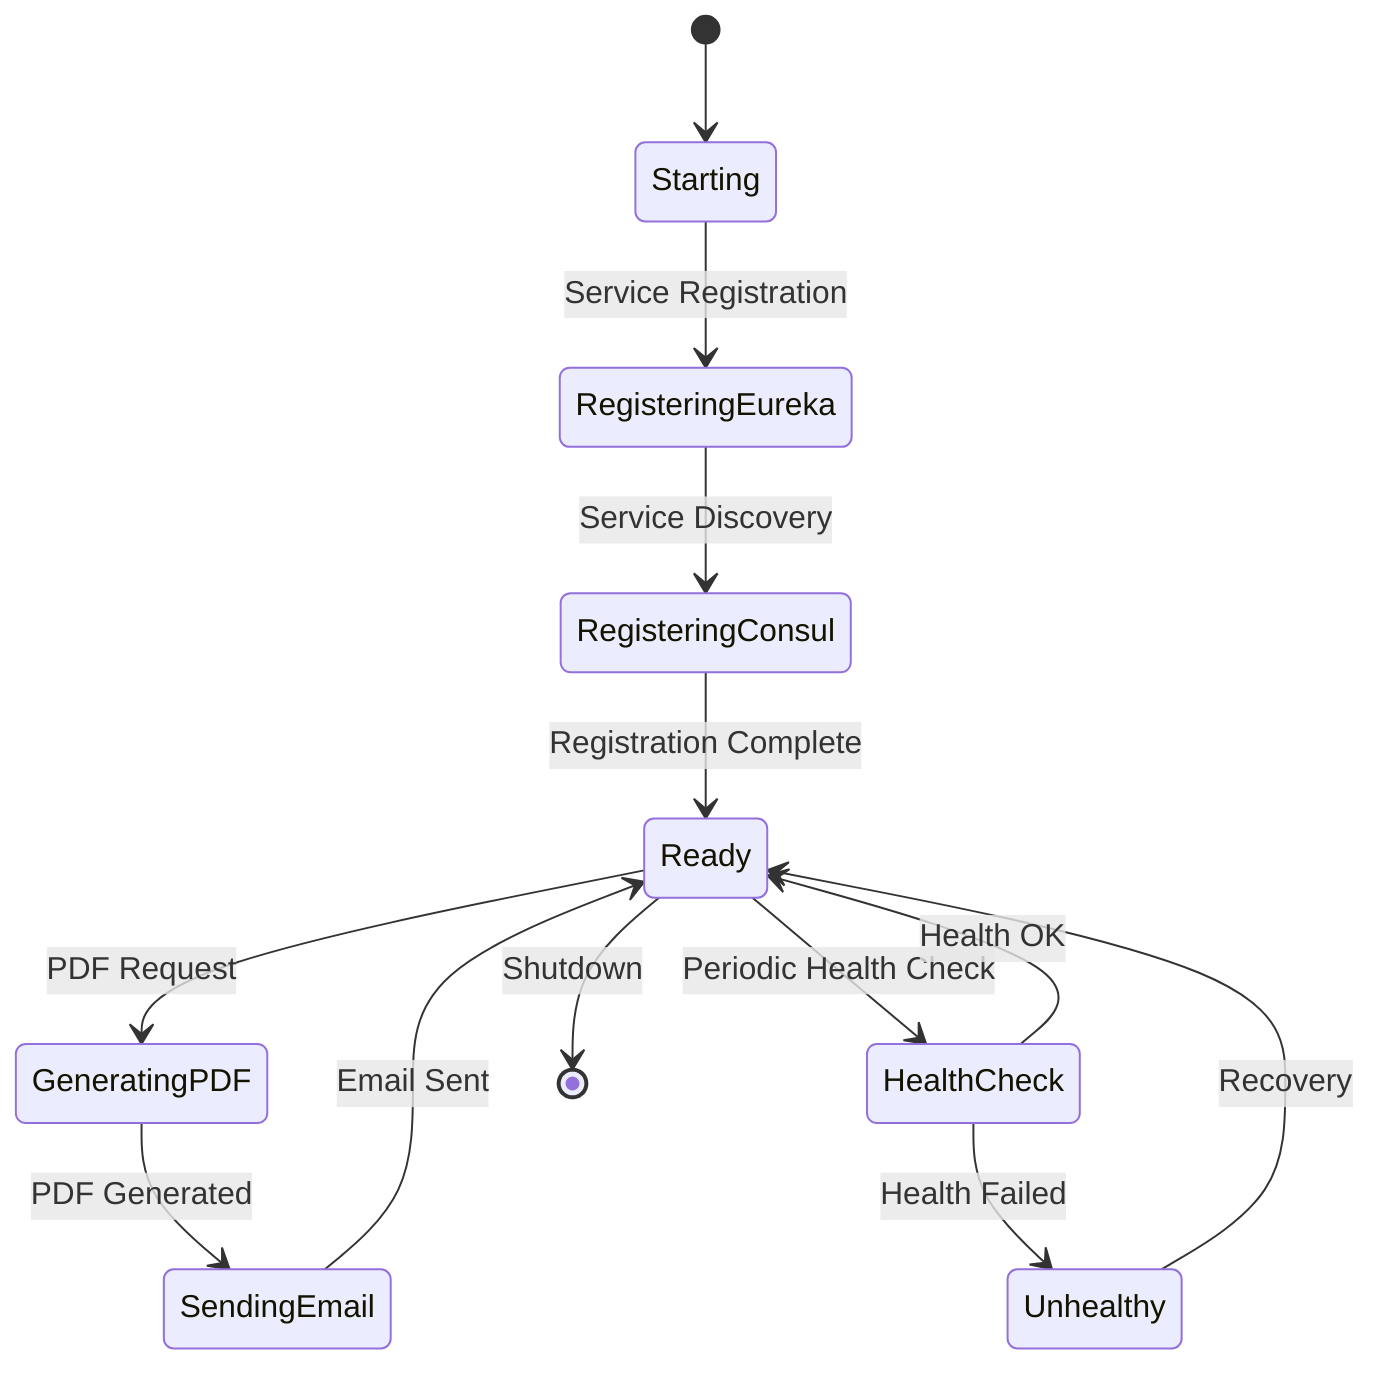
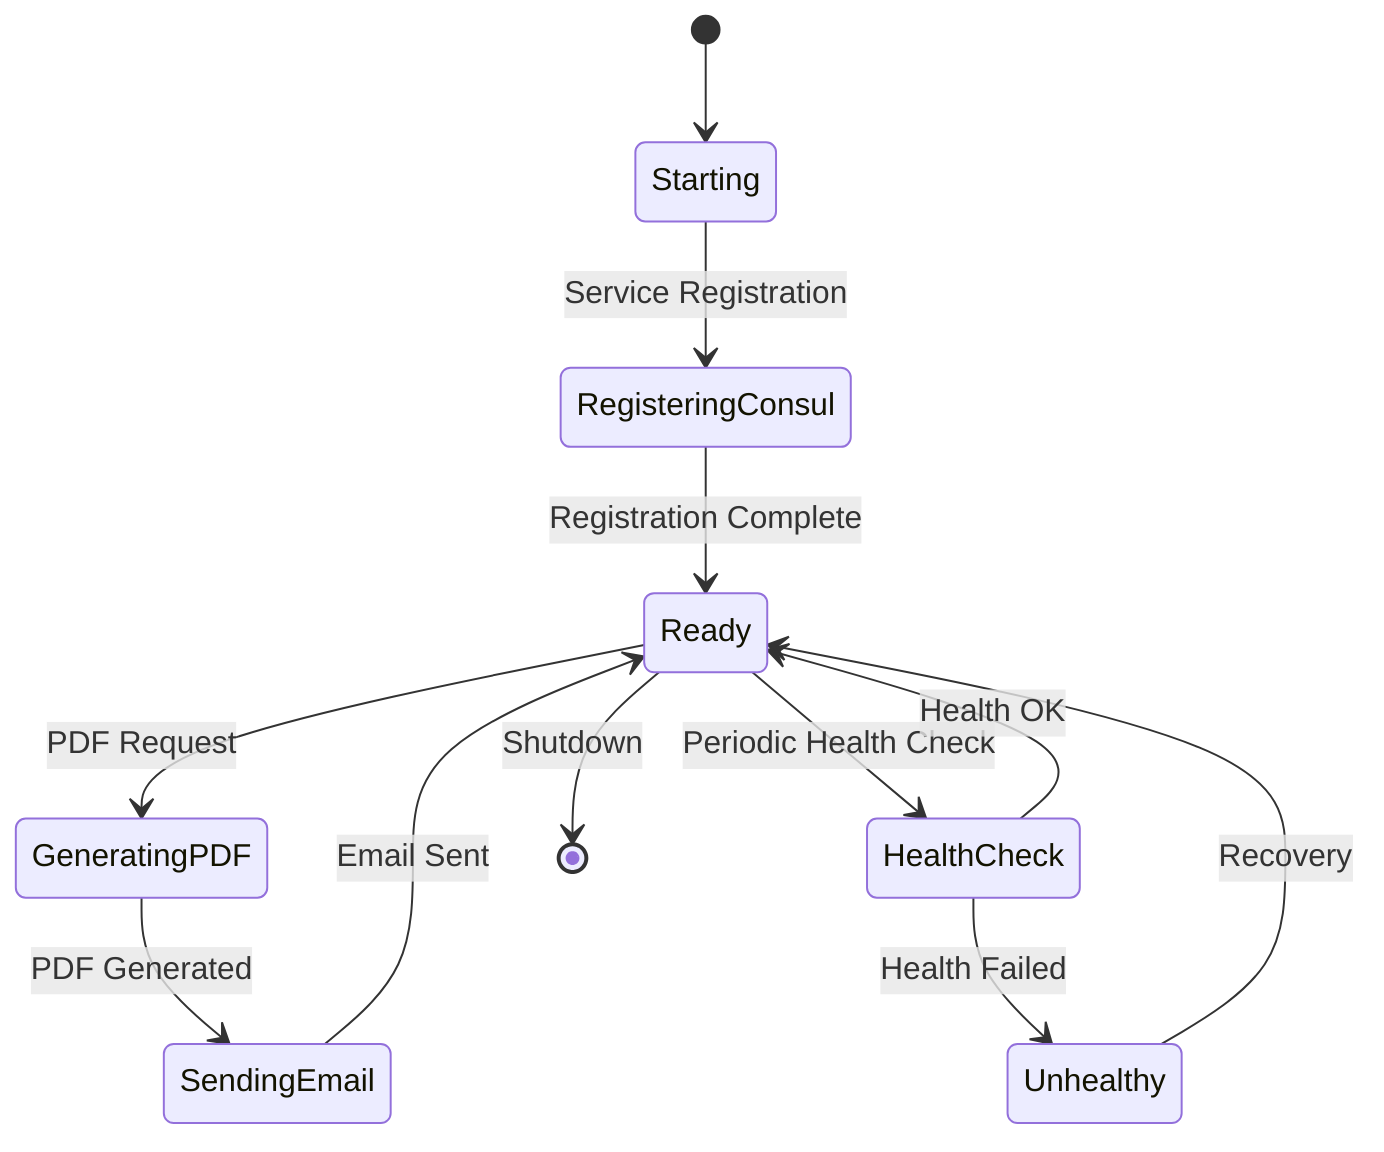
stateDiagram-v2
    [*] --> Starting

-     Starting --> RegisteringEureka: Service Registration
-     RegisteringEureka --> RegisteringConsul: Service Discovery
+     Starting --> RegisteringConsul: Service Registration
    RegisteringConsul --> Ready: Registration Complete

    Ready --> GeneratingPDF: PDF Request
    GeneratingPDF --> SendingEmail: PDF Generated
    SendingEmail --> Ready: Email Sent

    Ready --> HealthCheck: Periodic Health Check
    HealthCheck --> Ready: Health OK
    HealthCheck --> Unhealthy: Health Failed

    Unhealthy --> Ready: Recovery
    Ready --> [*]: Shutdown